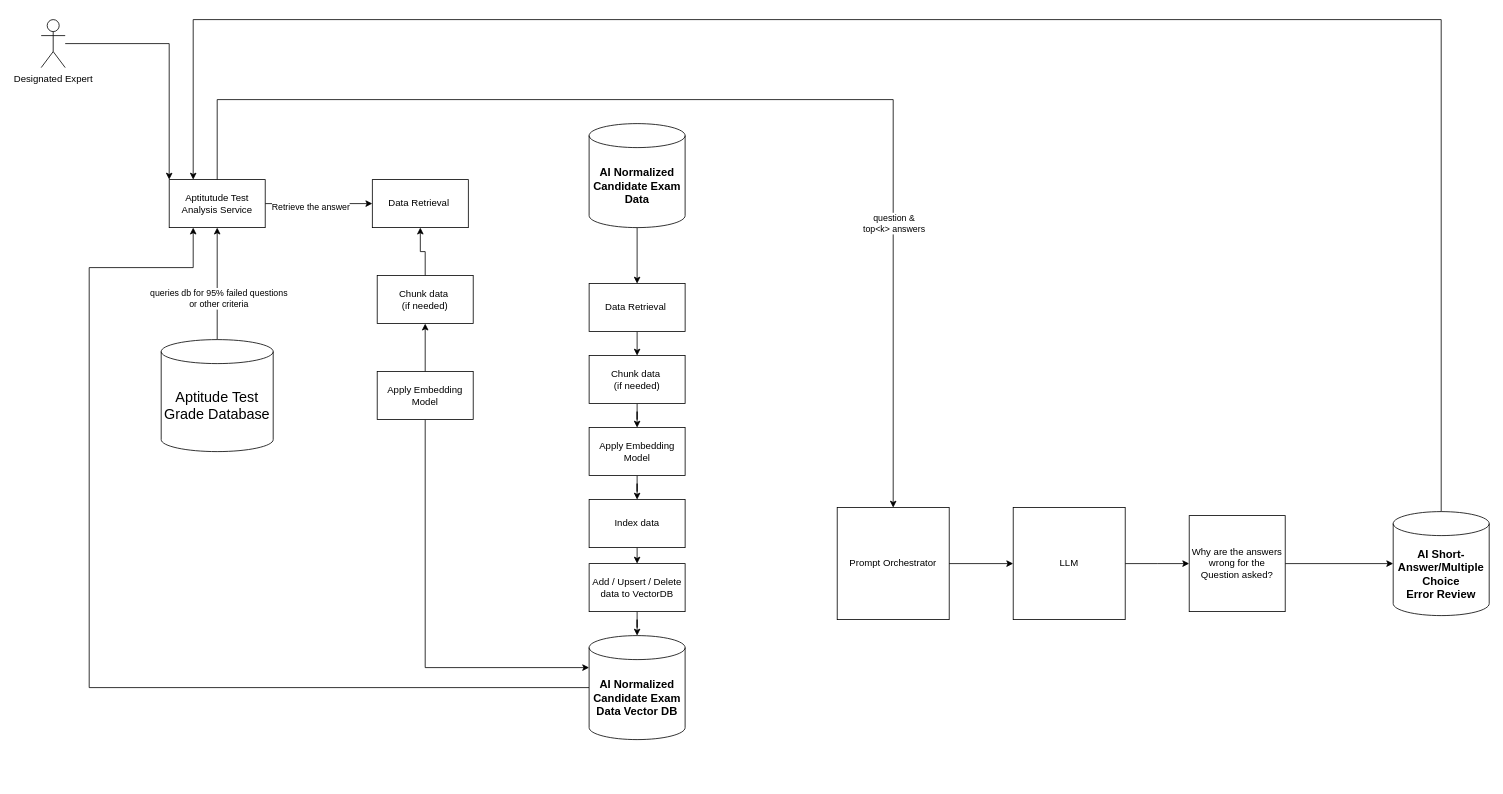
This is diagrams/admin-bad-question-review-ai.drawio from mmat1/skynet-ai-2025, a draw.io file, before an edit. Source tidied: cells renumbered, new cells numbered last; positions are measured from the earlier drawing's top-left corner, leaving out a move shared by most shapes. Both pictures are drawn from the tidied source at 80%, with x=0, y=0 at pixel (41, 19).
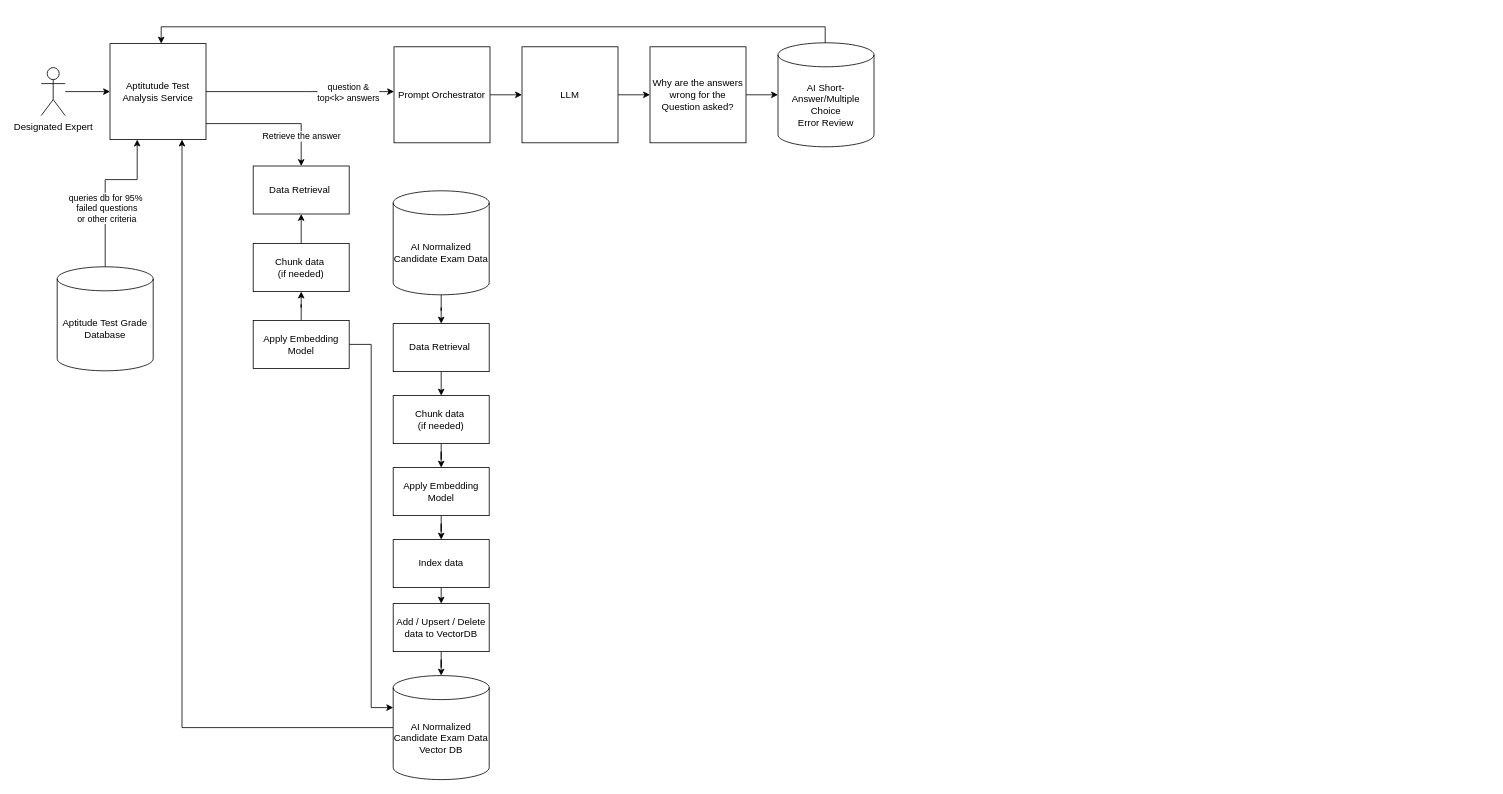
The same page after the edit.

Commit message (it also covers changes not shown here):
clean up and export png

What changed in the source:
```diff
@@
-    <mxCell id="2" style="edgeStyle=orthogonalEdgeStyle;rounded=0;jettySize=auto;html=1;entryX=0.5;entryY=1;entryDx=0;entryDy=0;" parent="1" edge="1" source="4" target="9">
-      <mxGeometry relative="1" as="geometry" />
+    <mxCell id="2" style="rounded=0;jettySize=auto;html=1;edgeStyle=orthogonalEdgeStyle;" parent="1" edge="1" source="4" target="9">
+      <mxGeometry relative="1" as="geometry">
+        <Array as="points">
+          <mxPoint x="80" y="200" />
+          <mxPoint x="120" y="200" />
+        </Array>
+      </mxGeometry>
     </mxCell>
-    <mxCell id="3" value="queries db for 95% failed questions&lt;br&gt;or other criteria" style="edgeLabel;html=1;align=center;verticalAlign=middle;" parent="2" vertex="1">
+    <mxCell id="3" value="queries db for 95%&amp;nbsp;&lt;div&gt;failed questions&lt;br&gt;or other criteria&lt;/div&gt;" style="edgeLabel;html=1;align=center;verticalAlign=middle;" parent="2" vertex="1">
       <mxGeometry x="-0.26" y="-1" relative="1" as="geometry" />
     </mxCell>
-    <mxCell id="4" value="&lt;div style=&quot;font-size: 18px;&quot;&gt;Aptitude Test Grade Database&lt;/div&gt;" style="shape=cylinder3;whiteSpace=wrap;html=1;boundedLbl=1;backgroundOutline=1;size=15;" parent="1" vertex="1">
-      <mxGeometry x="150" y="400" width="140" height="140" as="geometry" />
+    <mxCell id="4" value="&lt;div style=&quot;&quot;&gt;&lt;font&gt;Aptitude Test Grade Database&lt;/font&gt;&lt;/div&gt;" style="shape=cylinder3;whiteSpace=wrap;html=1;boundedLbl=1;backgroundOutline=1;size=15;" parent="1" vertex="1">
+      <mxGeometry x="20" y="309" width="120" height="130" as="geometry" />
     </mxCell>
-    <mxCell id="5" style="edgeStyle=orthogonalEdgeStyle;rounded=0;jettySize=auto;html=1;" parent="1" edge="1" source="9" target="32">
-      <mxGeometry relative="1" as="geometry" />
+    <mxCell id="5" style="rounded=0;jettySize=auto;html=1;entryX=0.5;entryY=0;entryDx=0;entryDy=0;edgeStyle=orthogonalEdgeStyle;" parent="1" edge="1" source="9" target="32">
+      <mxGeometry relative="1" as="geometry">
+        <Array as="points">
+          <mxPoint x="325" y="130" />
+        </Array>
+      </mxGeometry>
     </mxCell>
-    <mxCell id="6" value="Retrieve the answer" style="edgeLabel;html=1;align=center;verticalAlign=middle;" parent="5" vertex="1">
+    <mxCell id="6" value="Retrieve the answer" style="edgeLabel;html=1;align=left;verticalAlign=top;labelPosition=right;verticalLabelPosition=bottom;" parent="5" vertex="1">
       <mxGeometry x="-0.33" y="-3" relative="1" as="geometry">
         <mxPoint x="11" as="offset" />
       </mxGeometry>
     </mxCell>
-    <mxCell id="7" style="edgeStyle=orthogonalEdgeStyle;rounded=0;jettySize=auto;html=1;entryX=0.5;entryY=0;entryDx=0;entryDy=0;" parent="1" edge="1" source="9" target="26">
+    <mxCell id="7" style="rounded=0;jettySize=auto;html=1;edgeStyle=orthogonalEdgeStyle;" parent="1" edge="1" source="9" target="26">
       <mxGeometry relative="1" as="geometry">
         <Array as="points">
-          <mxPoint x="220" y="100" />
-          <mxPoint x="1065" y="100" />
+          <mxPoint x="330" y="90" />
+          <mxPoint x="330" y="90" />
         </Array>
       </mxGeometry>
     </mxCell>
@@
     <mxCell id="9" value="Aptitutude Test Analysis Service" style="rounded=0;whiteSpace=wrap;html=1;" parent="1" vertex="1">
-      <mxGeometry x="160" y="200" width="120" height="60" as="geometry" />
+      <mxGeometry x="86" y="30" width="120" height="120" as="geometry" />
     </mxCell>
-    <mxCell id="10" style="edgeStyle=orthogonalEdgeStyle;rounded=0;jettySize=auto;html=1;entryX=0;entryY=0;entryDx=0;entryDy=0;" parent="1" edge="1" source="11" target="9">
+    <mxCell id="10" style="rounded=0;jettySize=auto;html=1;entryX=0;entryY=0.5;entryDx=0;entryDy=0;edgeStyle=orthogonalEdgeStyle;" parent="1" edge="1" source="11" target="9">
       <mxGeometry relative="1" as="geometry" />
     </mxCell>
     <mxCell id="11" value="Designated Expert" style="shape=umlActor;verticalLabelPosition=bottom;verticalAlign=top;html=1;outlineConnect=0;" parent="1" vertex="1">
-      <mxGeometry width="30" height="60" as="geometry" />
+      <mxGeometry y="60" width="30" height="60" as="geometry" />
     </mxCell>
@@
-    <mxCell id="13" value="&lt;b style=&quot;font-size: 14px;&quot;&gt;AI Normalized Candidate Exam Data&lt;/b&gt;" style="shape=cylinder3;whiteSpace=wrap;html=1;boundedLbl=1;backgroundOutline=1;size=15;strokeColor=default;align=center;verticalAlign=middle;fontFamily=Helvetica;fontSize=12;fontColor=default;fillColor=default;" parent="1" vertex="1">
-      <mxGeometry x="684.9" y="130" width="120" height="130" as="geometry" />
+    <mxCell id="13" value="&lt;font style=&quot;&quot;&gt;AI Normalized Candidate Exam Data&lt;/font&gt;" style="shape=cylinder3;whiteSpace=wrap;html=1;boundedLbl=1;backgroundOutline=1;size=15;strokeColor=default;align=center;verticalAlign=middle;fontFamily=Helvetica;fontSize=12;fontColor=default;fillColor=default;" parent="1" vertex="1">
+      <mxGeometry x="440" y="214" width="120" height="130" as="geometry" />
     </mxCell>
@@
     <mxCell id="15" value="Data Retrieval&amp;nbsp;" style="rounded=0;whiteSpace=wrap;html=1;" parent="1" vertex="1">
-      <mxGeometry x="684.9" y="330" width="120" height="60" as="geometry" />
+      <mxGeometry x="440" y="380" width="120" height="60" as="geometry" />
     </mxCell>
@@
     <mxCell id="17" value="Add / Upsert / Delete data to VectorDB" style="rounded=0;whiteSpace=wrap;html=1;" parent="1" vertex="1">
-      <mxGeometry x="684.9" y="680" width="120" height="60" as="geometry" />
+      <mxGeometry x="440" y="730" width="120" height="60" as="geometry" />
     </mxCell>
@@
     <mxCell id="20" value="Index data" style="rounded=0;whiteSpace=wrap;html=1;" parent="1" vertex="1">
-      <mxGeometry x="684.9" y="600" width="120" height="60" as="geometry" />
+      <mxGeometry x="440" y="650" width="120" height="60" as="geometry" />
     </mxCell>
     <mxCell id="21" value="Apply Embedding Model" style="rounded=0;whiteSpace=wrap;html=1;" parent="1" vertex="1">
-      <mxGeometry x="684.9" y="510" width="120" height="60" as="geometry" />
+      <mxGeometry x="440" y="560" width="120" height="60" as="geometry" />
     </mxCell>
@@
     <mxCell id="23" value="Chunk data&amp;nbsp;&lt;div&gt;(if needed)&lt;/div&gt;" style="rounded=0;whiteSpace=wrap;html=1;" parent="1" vertex="1">
-      <mxGeometry x="684.9" y="420" width="120" height="60" as="geometry" />
+      <mxGeometry x="440" y="470" width="120" height="60" as="geometry" />
     </mxCell>
-    <mxCell id="24" style="edgeStyle=orthogonalEdgeStyle;rounded=0;jettySize=auto;html=1;entryX=0.25;entryY=1;entryDx=0;entryDy=0;" parent="1" edge="1" source="25" target="9">
-      <mxGeometry relative="1" as="geometry">
-        <Array as="points">
-          <mxPoint x="60" y="835" />
-          <mxPoint x="60" y="310" />
-          <mxPoint x="190" y="310" />
-        </Array>
-      </mxGeometry>
+    <mxCell id="24" style="rounded=0;jettySize=auto;html=1;entryX=0.75;entryY=1;entryDx=0;entryDy=0;edgeStyle=orthogonalEdgeStyle;" parent="1" edge="1" source="25" target="9">
+      <mxGeometry relative="1" as="geometry" />
     </mxCell>
-    <mxCell id="25" value="&lt;b style=&quot;font-size: 14px;&quot;&gt;AI Normalized Candidate Exam Data Vector DB&lt;/b&gt;" style="shape=cylinder3;whiteSpace=wrap;html=1;boundedLbl=1;backgroundOutline=1;size=15;strokeColor=default;align=center;verticalAlign=middle;fontFamily=Helvetica;fontSize=12;fontColor=default;fillColor=default;" parent="1" vertex="1">
-      <mxGeometry x="684.9" y="770" width="120" height="130" as="geometry" />
+    <mxCell id="25" value="&lt;font style=&quot;&quot;&gt;AI Normalized Candidate Exam Data Vector DB&lt;/font&gt;" style="shape=cylinder3;whiteSpace=wrap;html=1;boundedLbl=1;backgroundOutline=1;size=15;strokeColor=default;align=center;verticalAlign=middle;fontFamily=Helvetica;fontSize=12;fontColor=default;fillColor=default;" parent="1" vertex="1">
+      <mxGeometry x="440" y="820" width="120" height="130" as="geometry" />
     </mxCell>
     <mxCell id="26" value="Prompt Orchestrator" style="whiteSpace=wrap;html=1;" parent="1" vertex="1">
-      <mxGeometry x="995" y="610" width="140" height="140" as="geometry" />
+      <mxGeometry x="441" y="34" width="120" height="120" as="geometry" />
     </mxCell>
-    <mxCell id="27" style="edgeStyle=orthogonalEdgeStyle;rounded=0;jettySize=auto;html=1;" parent="1" edge="1" source="28">
-      <mxGeometry relative="1" as="geometry">
-        <mxPoint x="1435" y="680" as="targetPoint" />
-      </mxGeometry>
+    <mxCell id="27" style="edgeStyle=orthogonalEdgeStyle;rounded=0;jettySize=auto;html=1;" parent="1" edge="1" source="28" target="31">
+      <mxGeometry relative="1" as="geometry" />
     </mxCell>
     <mxCell id="28" value="LLM" style="whiteSpace=wrap;html=1;" parent="1" vertex="1">
-      <mxGeometry x="1215" y="610" width="140" height="140" as="geometry" />
+      <mxGeometry x="601" y="34" width="120" height="120" as="geometry" />
     </mxCell>
@@
     <mxCell id="31" value="Why are the answers wrong for the Question asked?" style="whiteSpace=wrap;html=1;" parent="1" vertex="1">
-      <mxGeometry x="1435" y="620" width="120" height="120" as="geometry" />
+      <mxGeometry x="761" y="34" width="120" height="120" as="geometry" />
     </mxCell>
     <mxCell id="32" value="Data Retrieval&amp;nbsp;" style="rounded=0;whiteSpace=wrap;html=1;" parent="1" vertex="1">
-      <mxGeometry x="413.9" y="200" width="120" height="60" as="geometry" />
+      <mxGeometry x="265" y="183" width="120" height="60" as="geometry" />
     </mxCell>
@@
-    <mxCell id="34" style="edgeStyle=orthogonalEdgeStyle;rounded=0;jettySize=auto;html=1;entryX=0;entryY=0;entryDx=0;entryDy=40;entryPerimeter=0;" parent="1" edge="1" source="35" target="25">
-      <mxGeometry relative="1" as="geometry">
-        <Array as="points">
-          <mxPoint x="480" y="810" />
-        </Array>
-      </mxGeometry>
+    <mxCell id="34" style="rounded=0;jettySize=auto;html=1;entryX=0;entryY=0;entryDx=0;entryDy=40;entryPerimeter=0;edgeStyle=orthogonalEdgeStyle;" parent="1" edge="1" source="35" target="25">
+      <mxGeometry relative="1" as="geometry" />
     </mxCell>
     <mxCell id="35" value="Apply Embedding Model" style="rounded=0;whiteSpace=wrap;html=1;" parent="1" vertex="1">
-      <mxGeometry x="420" y="440" width="120" height="60" as="geometry" />
+      <mxGeometry x="265" y="376" width="120" height="60" as="geometry" />
     </mxCell>
@@
     <mxCell id="37" value="Chunk data&amp;nbsp;&lt;div&gt;(if needed)&lt;/div&gt;" style="rounded=0;whiteSpace=wrap;html=1;" parent="1" vertex="1">
-      <mxGeometry x="420" y="320" width="120" height="60" as="geometry" />
+      <mxGeometry x="265" y="280" width="120" height="60" as="geometry" />
     </mxCell>
-    <mxCell id="38" style="edgeStyle=orthogonalEdgeStyle;rounded=0;jettySize=auto;html=1;entryX=0.25;entryY=0;entryDx=0;entryDy=0;" parent="1" edge="1" source="39" target="9">
+    <mxCell id="38" style="rounded=0;jettySize=auto;html=1;edgeStyle=orthogonalEdgeStyle;exitX=0.5;exitY=0;exitDx=0;exitDy=0;exitPerimeter=0;" parent="1" edge="1" source="39" target="9">
       <mxGeometry relative="1" as="geometry">
         <Array as="points">
-          <mxPoint x="1750" />
-          <mxPoint x="190" />
+          <mxPoint x="980" y="29" />
+          <mxPoint x="980" y="9" />
+          <mxPoint x="150" y="9" />
         </Array>
       </mxGeometry>
     </mxCell>
-    <mxCell id="39" value="&lt;b style=&quot;font-size: 14px;&quot;&gt;AI Short-Answer/Multiple Choice&lt;br&gt;Error Review&lt;br&gt;&lt;/b&gt;" style="shape=cylinder3;whiteSpace=wrap;html=1;boundedLbl=1;backgroundOutline=1;size=15;strokeColor=default;align=center;verticalAlign=middle;fontFamily=Helvetica;fontSize=12;fontColor=default;fillColor=default;" parent="1" vertex="1">
-      <mxGeometry x="1690" y="615" width="120" height="130" as="geometry" />
+    <mxCell id="39" value="&lt;font&gt;AI Short-Answer/Multiple Choice&lt;br&gt;Error Review&lt;/font&gt;" style="shape=cylinder3;whiteSpace=wrap;html=1;boundedLbl=1;backgroundOutline=1;size=15;strokeColor=default;align=center;verticalAlign=middle;fontFamily=Helvetica;fontSize=12;fontColor=default;fillColor=default;" parent="1" vertex="1">
+      <mxGeometry x="921" y="29" width="120" height="130" as="geometry" />
     </mxCell>
```
